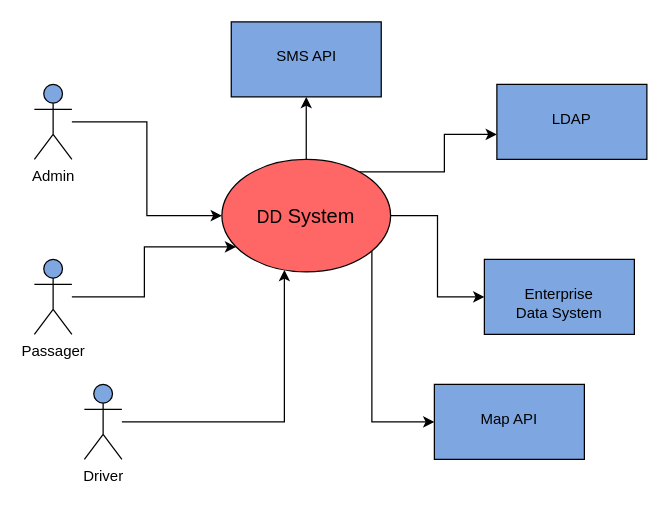
Earlier version of the draw.io diagram page "System Context" (3 of 5) of DD_Logical_Arch_overview.drawio (JackZhao2517/drawio_folder). Source tidied: cells renumbered, new cells numbered last; positions are measured from the earlier drawing's top-left corner, leaving out a move shared by most shapes. Both pictures are drawn from the tidied source at 125%, with x=0, y=0 at pixel (34, 21).
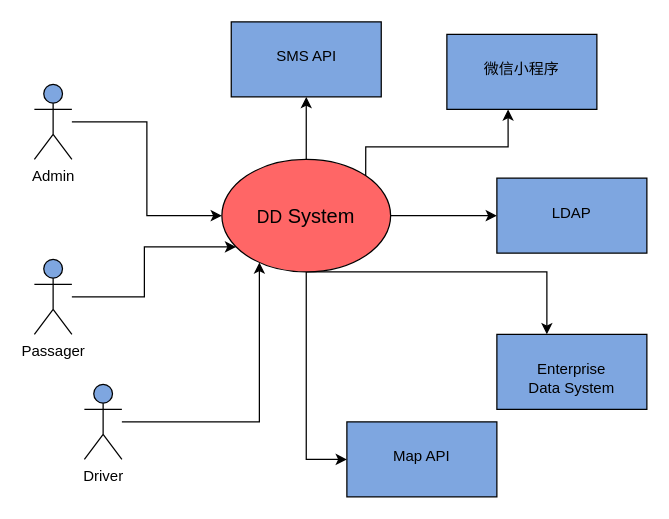
Above is the later version.

Unchanged cells that the change refers to:
```xml
<mxCell id="7" value="Driver" style="shape=umlActor;verticalLabelPosition=bottom;verticalAlign=top;html=1;outlineConnect=0;fillColor=#7EA6E0;direction=east;" parent="1" vertex="1">
  <mxGeometry x="40" y="290" width="30" height="60" as="geometry" />
</mxCell>
<mxCell id="13" value="&lt;div&gt;&lt;br&gt;&lt;/div&gt;&lt;div&gt;&lt;br&gt;&lt;/div&gt;&lt;div&gt;&lt;font style=&quot;font-size: 14px&quot;&gt;DD&lt;/font&gt;&lt;font size=&quot;3&quot;&gt; System&lt;/font&gt;&lt;/div&gt;" style="ellipse;whiteSpace=wrap;html=1;verticalAlign=top;fillColor=#FF6666;" parent="1" vertex="1">
  <mxGeometry x="150" y="110" width="135" height="90" as="geometry" />
</mxCell>
```

What changed in the source:
```diff
@@
     <mxCell id="6" style="edgeStyle=orthogonalEdgeStyle;rounded=0;jettySize=auto;html=1;" parent="1" edge="1" source="7" target="13">
       <mxGeometry relative="1" as="geometry">
         <Array as="points">
-          <mxPoint x="200" y="320" />
+          <mxPoint x="180" y="320" />
         </Array>
       </mxGeometry>
     </mxCell>
@@
     <mxCell id="8" value="&lt;div&gt;&lt;br&gt;&lt;/div&gt;&lt;div&gt;Map API&lt;/div&gt;" style="whiteSpace=wrap;html=1;verticalAlign=top;fillColor=#7EA6E0;" parent="1" vertex="1">
-      <mxGeometry x="320" y="290" width="120" height="60" as="geometry" />
+      <mxGeometry x="250" y="320" width="120" height="60" as="geometry" />
     </mxCell>
     <mxCell id="9" style="edgeStyle=orthogonalEdgeStyle;rounded=0;jettySize=auto;html=1;entryX=0;entryY=0.5;entryDx=0;entryDy=0;" parent="1" edge="1" source="13" target="8">
       <mxGeometry relative="1" as="geometry">
         <Array as="points">
-          <mxPoint x="270" y="320" />
+          <mxPoint x="218" y="350" />
         </Array>
       </mxGeometry>
     </mxCell>
     <mxCell id="10" style="edgeStyle=orthogonalEdgeStyle;rounded=0;jettySize=auto;html=1;" parent="1" edge="1" source="13" target="14">
-      <mxGeometry relative="1" as="geometry" />
+      <mxGeometry relative="1" as="geometry">
+        <Array as="points">
+          <mxPoint x="410" y="200" />
+        </Array>
+      </mxGeometry>
     </mxCell>
     <mxCell id="11" style="edgeStyle=orthogonalEdgeStyle;rounded=0;jettySize=auto;html=1;" parent="1" edge="1" source="13" target="15">
       <mxGeometry relative="1" as="geometry">
         <Array as="points">
-          <mxPoint x="328" y="120" />
-          <mxPoint x="328" y="90" />
+          <mxPoint x="370" y="160" />
+          <mxPoint x="370" y="160" />
         </Array>
       </mxGeometry>
     </mxCell>
@@
+    <mxCell id="17" style="edgeStyle=orthogonalEdgeStyle;rounded=0;jettySize=auto;html=1;exitX=1;exitY=0;exitDx=0;exitDy=0;entryX=0.408;entryY=1;entryDx=0;entryDy=0;entryPerimeter=0;" parent="1" edge="1" source="13" target="18">
+      <mxGeometry relative="1" as="geometry">
+        <Array as="points">
+          <mxPoint x="265" y="100" />
+          <mxPoint x="379" y="100" />
+        </Array>
+      </mxGeometry>
+    </mxCell>
@@
     <mxCell id="14" value="&lt;div&gt;&lt;br&gt;&lt;/div&gt;&lt;div&gt;Enterprise &lt;br&gt;&lt;/div&gt;Data System" style="whiteSpace=wrap;html=1;verticalAlign=top;fillColor=#7EA6E0;" parent="1" vertex="1">
-      <mxGeometry x="360" y="190" width="120" height="60" as="geometry" />
+      <mxGeometry x="370" y="250" width="120" height="60" as="geometry" />
     </mxCell>
     <mxCell id="15" value="&lt;div&gt;&lt;br&gt;&lt;/div&gt;&lt;div&gt;LDAP&lt;br&gt;&lt;/div&gt;" style="whiteSpace=wrap;html=1;verticalAlign=top;fillColor=#7EA6E0;" parent="1" vertex="1">
-      <mxGeometry x="370" y="50" width="120" height="60" as="geometry" />
+      <mxGeometry x="370" y="125" width="120" height="60" as="geometry" />
     </mxCell>
@@
+    <mxCell id="18" value="&lt;div&gt;&lt;br&gt;&lt;/div&gt;&lt;div&gt;微信小程序&lt;br&gt;&lt;/div&gt;" style="whiteSpace=wrap;html=1;verticalAlign=top;fillColor=#7EA6E0;" parent="1" vertex="1">
+      <mxGeometry x="330" y="10" width="120" height="60" as="geometry" />
+    </mxCell>
```
